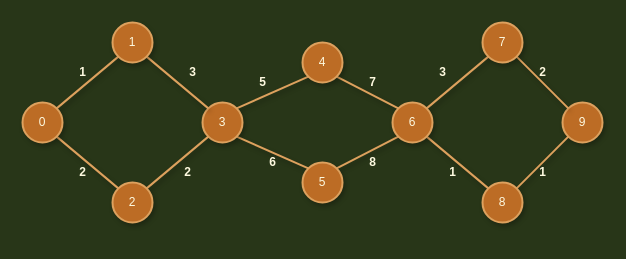
Above: page "Page-1" (1 of 3) of kruskal mst.drawio in pustvts/pustvts-info (draw.io), before the change. Source tidied: cells renumbered, new cells numbered last; positions are measured from the earlier drawing's top-left corner, leaving out a move shared by most shapes. Both pictures are drawn from the tidied source at 100%, with x=0, y=0 at pixel (22, 22).
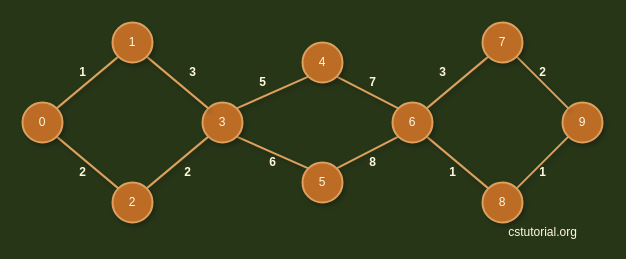
Above is the later version.

The edit, as a diff of the source:
```diff
@@
+    <mxCell id="36" value="cstutorial.org" style="text;html=1;align=center;verticalAlign=middle;strokeColor=none;fillColor=none;fontColor=#FEFAE0;" parent="1" vertex="1">
+      <mxGeometry x="470" y="200" width="100" height="20" as="geometry" />
+    </mxCell>
```
